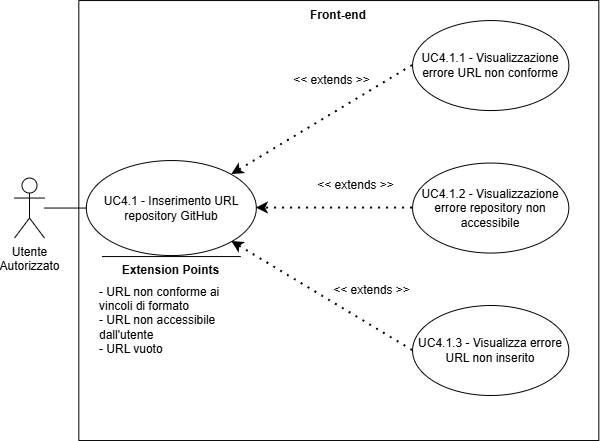
SkarabGroup/DocumentazioneProgetto keeps this draw.io diagram as assets/diagrams/UC4_1.png. Above is the earlier version. Source tidied: cells renumbered, new cells last; positions are measured from the earlier drawing's top-left corner, leaving out a move shared by most shapes.
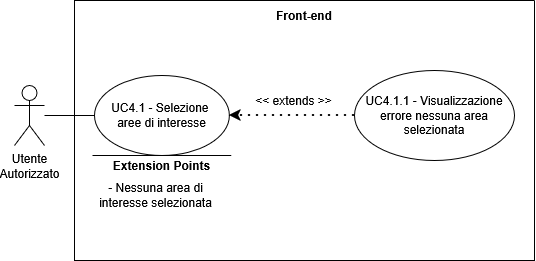
Above is the later version.

Change to the diagram source:
```diff
@@ -2,59 +2,41 @@
   <root>
     <mxCell id="0" />
     <mxCell id="1" parent="0" />
-    <mxCell id="2" style="swimlane;startSize=0;" parent="1" vertex="1">
-      <mxGeometry x="64.3" width="520" height="440" as="geometry" />
-    </mxCell>
-    <mxCell id="3" value="UC4.1.1 - Visualizzazione errore URL non conforme" style="ellipse;whiteSpace=wrap;html=1;" parent="2" vertex="1">
-      <mxGeometry x="333.8" y="20" width="156.2" height="90" as="geometry" />
-    </mxCell>
-    <mxCell id="4" style="endArrow=classic;dashed=1;html=1;dashPattern=1 3;strokeWidth=2;rounded=0;entryX=1;entryY=0;entryDx=0;entryDy=0;strokeColor=default;curved=0;endFill=1;endSize=6;exitX=0;exitY=0.5;exitDx=0;exitDy=0;" parent="2" edge="1" source="3" target="8">
-      <mxGeometry relative="1" as="geometry" />
-    </mxCell>
+    <mxCell id="17" value="&lt;div&gt;Utente&lt;/div&gt;&lt;div&gt;&lt;span style=&quot;background-color: transparent; color: light-dark(rgb(0, 0, 0), rgb(255, 255, 255));&quot;&gt;Autorizzato&lt;/span&gt;&lt;/div&gt;" style="shape=umlActor;verticalLabelPosition=bottom;verticalAlign=top;html=1;outlineConnect=0;" parent="1" vertex="1">
+      <mxGeometry y="177.5" width="30" height="60" as="geometry" />
+    </mxCell>
+    <mxCell id="19" style="swimlane;startSize=0;" parent="1" vertex="1">
+      <mxGeometry x="60" y="92.5" width="460" height="260" as="geometry" />
+    </mxCell>
+    <mxCell id="20" value="&lt;div&gt;UC4.1 - Selezione&amp;nbsp;&lt;/div&gt;&lt;div&gt;aree di interesse&lt;/div&gt;" style="ellipse;whiteSpace=wrap;html=1;" parent="19" vertex="1">
+      <mxGeometry x="20" y="75" width="134.9" height="80" as="geometry" />
+    </mxCell>
+    <mxCell id="21" value="UC4.1.1 - Visualizzazione errore nessuna area selezionata" style="ellipse;whiteSpace=wrap;html=1;" parent="19" vertex="1">
+      <mxGeometry x="280" y="70" width="160" height="90" as="geometry" />
+    </mxCell>
+    <mxCell id="22" style="endArrow=classic;dashed=1;html=1;dashPattern=1 3;strokeWidth=2;rounded=0;entryX=1;entryY=0.5;entryDx=0;entryDy=0;exitX=0;exitY=0.5;exitDx=0;exitDy=0;strokeColor=default;curved=0;endFill=1;endSize=6;" parent="19" edge="1" source="21" target="20">
+      <mxGeometry relative="1" as="geometry" />
+    </mxCell>
-    <mxCell id="5" value="&lt;div&gt;&amp;lt;&amp;lt; extends &amp;gt;&amp;gt;&lt;/div&gt;" style="text;html=1;whiteSpace=wrap;strokeColor=none;fillColor=none;align=center;verticalAlign=middle;rounded=0;" parent="2" vertex="1">
-      <mxGeometry x="205.7" y="65" width="95" height="30" as="geometry" />
+    <mxCell id="5" value="&lt;div&gt;&amp;lt;&amp;lt; extends &amp;gt;&amp;gt;&lt;/div&gt;" style="text;html=1;whiteSpace=wrap;strokeColor=none;fillColor=none;align=center;verticalAlign=middle;rounded=0;" parent="19" vertex="1">
+      <mxGeometry x="171.9" y="85" width="95" height="30" as="geometry" />
     </mxCell>
-    <mxCell id="6" style="endArrow=classic;dashed=1;html=1;dashPattern=1 3;strokeWidth=2;rounded=0;exitX=0;exitY=0.5;exitDx=0;exitDy=0;strokeColor=default;curved=0;endFill=1;endSize=6;entryX=1;entryY=0.5;entryDx=0;entryDy=0;" parent="2" edge="1" source="15" target="8">
-      <mxGeometry relative="1" as="geometry" />
-    </mxCell>
-    <mxCell id="7" value="&amp;lt;&amp;lt; extends &amp;gt;&amp;gt;" style="text;html=1;whiteSpace=wrap;strokeColor=none;fillColor=none;align=center;verticalAlign=middle;rounded=0;" parent="2" vertex="1">
-      <mxGeometry x="230" y="170" width="95" height="30" as="geometry" />
-    </mxCell>
-    <mxCell id="8" value="UC4.1 - Inserimento URL repository GitHub" style="ellipse;whiteSpace=wrap;html=1;" parent="2" vertex="1">
-      <mxGeometry x="7.5" y="160" width="170" height="95" as="geometry" />
-    </mxCell>
-    <mxCell id="9" style="endArrow=none;html=1;rounded=0;" parent="2" edge="1">
-      <mxGeometry relative="1" as="geometry">
-        <mxPoint x="162" y="256" as="sourcePoint" />
-        <mxPoint x="23.2" y="256" as="targetPoint" />
-      </mxGeometry>
-    </mxCell>
+    <mxCell id="23" style="endArrow=none;html=1;rounded=0;" parent="19" edge="1">
+      <mxGeometry relative="1" as="geometry">
+        <mxPoint x="156.8" y="155" as="sourcePoint" />
+        <mxPoint x="18" y="155" as="targetPoint" />
+      </mxGeometry>
+    </mxCell>
-    <mxCell id="10" value="&lt;b&gt;Extension Points&lt;/b&gt;" style="text;html=1;whiteSpace=wrap;strokeColor=none;fillColor=none;align=center;verticalAlign=middle;rounded=0;strokeWidth=5;" parent="2" vertex="1">
-      <mxGeometry x="35" y="255" width="115" height="30" as="geometry" />
+    <mxCell id="10" value="&lt;b&gt;Extension Points&lt;/b&gt;" style="text;html=1;whiteSpace=wrap;strokeColor=none;fillColor=none;align=center;verticalAlign=middle;rounded=0;strokeWidth=5;" parent="19" vertex="1">
+      <mxGeometry x="29.9" y="150" width="115" height="30" as="geometry" />
     </mxCell>
-    <mxCell id="11" value="&lt;div align=&quot;left&quot;&gt;- URL non conforme ai vincoli di formato&lt;/div&gt;&lt;div align=&quot;left&quot;&gt;- URL non accessibile dall'utente&lt;/div&gt;&lt;div align=&quot;left&quot;&gt;- URL vuoto&lt;/div&gt;" style="text;html=1;whiteSpace=wrap;strokeColor=none;fillColor=none;align=left;verticalAlign=middle;rounded=0;" parent="2" vertex="1">
-      <mxGeometry x="19" y="270" width="147" height="100" as="geometry" />
-    </mxCell>
-    <mxCell id="12" style="endArrow=classic;dashed=1;html=1;dashPattern=1 3;strokeWidth=2;rounded=0;entryX=1;entryY=1;entryDx=0;entryDy=0;exitX=0;exitY=0.5;exitDx=0;exitDy=0;strokeColor=default;curved=0;endFill=1;endSize=6;" parent="2" edge="1" source="16" target="8">
-      <mxGeometry relative="1" as="geometry" />
-    </mxCell>
-    <mxCell id="13" value="&amp;lt;&amp;lt; extends &amp;gt;&amp;gt;" style="text;html=1;whiteSpace=wrap;strokeColor=none;fillColor=none;align=center;verticalAlign=middle;rounded=0;" parent="2" vertex="1">
-      <mxGeometry x="245.7" y="274.9" width="95" height="30" as="geometry" />
-    </mxCell>
+    <mxCell id="24" value="&lt;div align=&quot;center&quot;&gt;- Nessuna area di interesse selezionata&lt;/div&gt;" style="text;html=1;whiteSpace=wrap;strokeColor=none;fillColor=none;align=center;verticalAlign=middle;rounded=0;" parent="19" vertex="1">
+      <mxGeometry x="7.9" y="155" width="147" height="80" as="geometry" />
+    </mxCell>
-    <mxCell id="14" value="Front-end" style="text;html=1;whiteSpace=wrap;strokeColor=none;fillColor=none;align=center;verticalAlign=middle;rounded=0;perimeterSpacing=1;fontStyle=1;" parent="2" vertex="1">
-      <mxGeometry x="230" width="60" height="30" as="geometry" />
+    <mxCell id="14" value="Front-end" style="text;html=1;whiteSpace=wrap;strokeColor=none;fillColor=none;align=center;verticalAlign=middle;rounded=0;perimeterSpacing=1;fontStyle=1;" parent="19" vertex="1">
+      <mxGeometry x="200" width="60" height="30" as="geometry" />
     </mxCell>
-    <mxCell id="15" value="UC4.1.2 - Visualizzazione errore repository non accessibile" style="ellipse;whiteSpace=wrap;html=1;" parent="2" vertex="1">
-      <mxGeometry x="333.7" y="162.5" width="156.2" height="90" as="geometry" />
-    </mxCell>
-    <mxCell id="16" value="UC4.1.3 - Visualizza errore URL non inserito" style="ellipse;whiteSpace=wrap;html=1;" parent="2" vertex="1">
-      <mxGeometry x="333.7" y="305" width="156.2" height="90" as="geometry" />
-    </mxCell>
-    <mxCell id="17" value="&lt;div&gt;Utente&lt;/div&gt;&lt;div&gt;&lt;span style=&quot;background-color: transparent; color: light-dark(rgb(0, 0, 0), rgb(255, 255, 255));&quot;&gt;Autorizzato&lt;/span&gt;&lt;/div&gt;" style="shape=umlActor;verticalLabelPosition=bottom;verticalAlign=top;html=1;outlineConnect=0;" parent="1" vertex="1">
-      <mxGeometry y="177.5" width="30" height="60" as="geometry" />
-    </mxCell>
-    <mxCell id="18" style="endArrow=none;html=1;rounded=0;entryX=0;entryY=0.5;entryDx=0;entryDy=0;" parent="1" edge="1" source="17" target="8">
-      <mxGeometry relative="1" as="geometry" />
-    </mxCell>
+    <mxCell id="25" style="endArrow=none;html=1;rounded=0;entryX=0;entryY=0.5;entryDx=0;entryDy=0;" parent="1" edge="1" source="17" target="20">
+      <mxGeometry relative="1" as="geometry" />
+    </mxCell>
   </root>
 </mxGraphModel>
```
